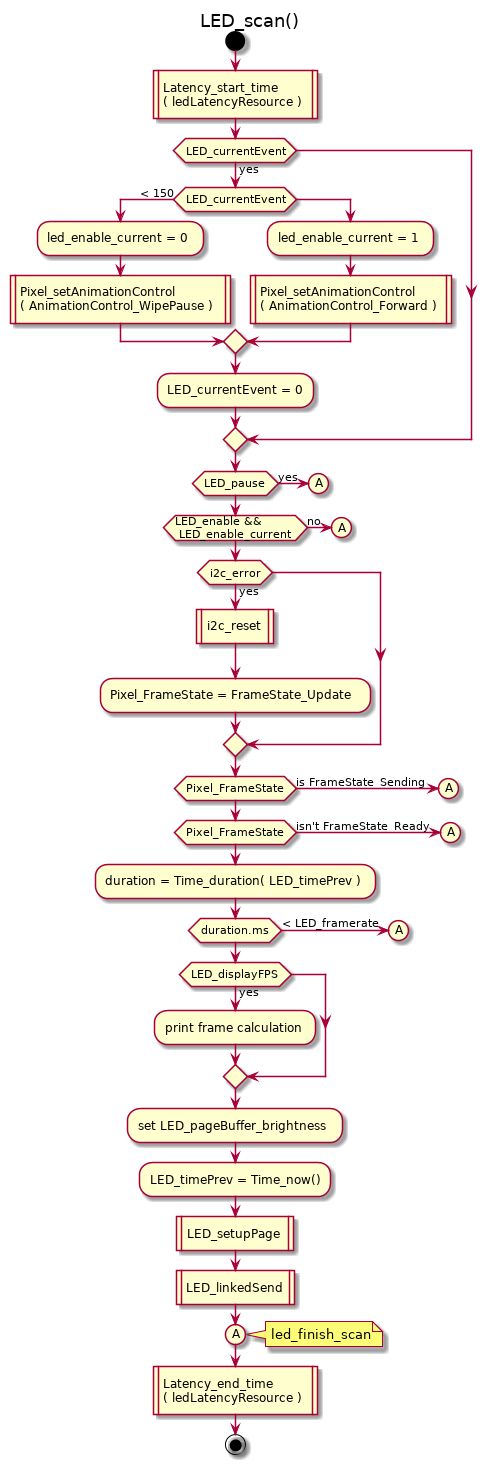
The PlantUML diagram doc/uml/LED_scan.png in kluelogic/controller, before a commit.
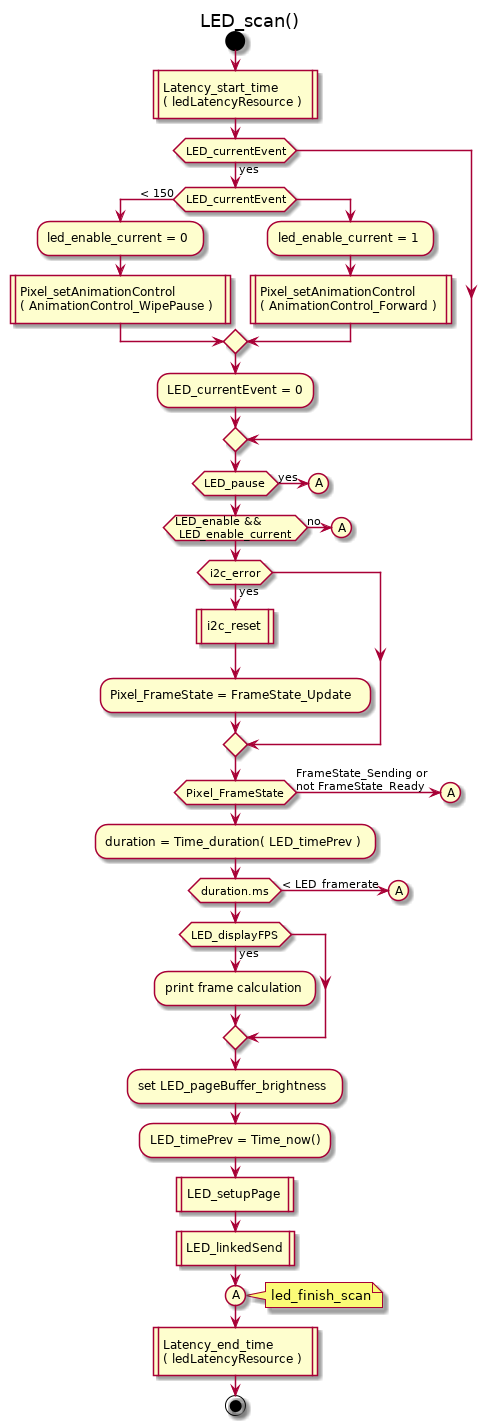
The same file after the commit.

The edit, as a diff of the source:
```diff
@@ -29,12 +29,7 @@
  :Pixel_FrameState = FrameState_Update;
 endif
 
-if (Pixel_FrameState) then (is FrameState_Sending)
- (A)
- detach
-endif
-
-if (Pixel_FrameState) then (isn't FrameState_Ready)
+if (Pixel_FrameState) then (FrameState_Sending or\nnot FrameState_Ready)
  (A)
  detach
 endif
```
